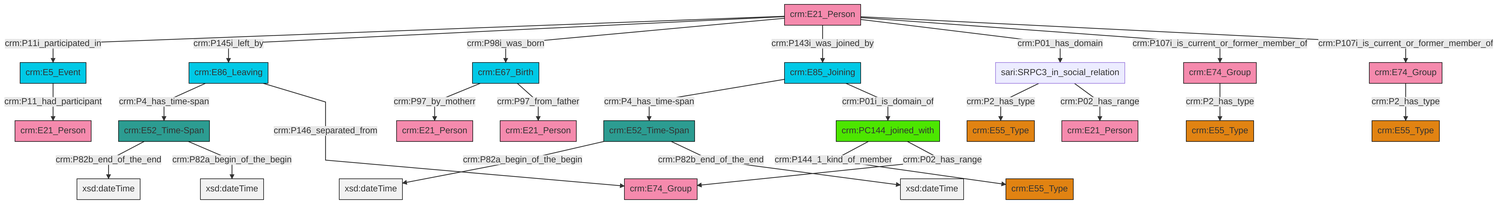
Before: et/personCSV/ttl/mmd/png/Person_Actor_Relations.png, a diagram exported from Mermaid (swiss-art-research-net/reference-data-models). Its source is kept beside it as et/personCSV/ttl/mmd/Person_Actor_Relations.ttl.mmd.
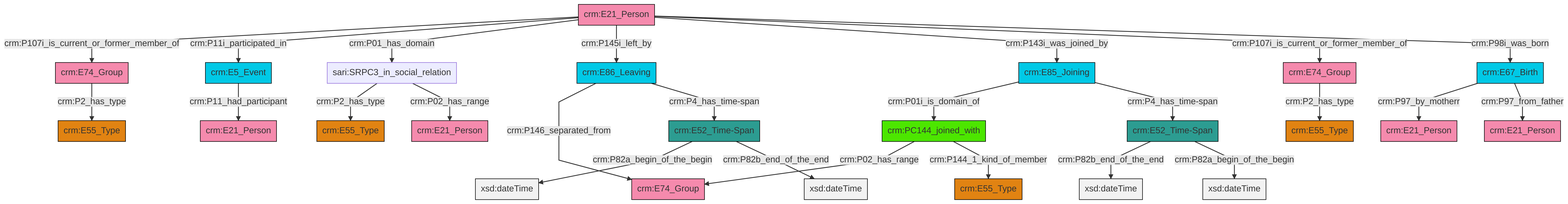
After the commit.

What changed in the source:
```diff
@@ -13,27 +13,27 @@
 classDef PC_Classes fill:#4ce600, stroke:#000000;
 classDef Multi fill:#cccccc,stroke:#000000;
 
-0["crm:E52_Time-Span"]:::Time-Span -->|crm:P82b_end_of_the_end| 1[xsd:dateTime]:::Literal
-2["crm:E5_Event"]:::Temporal_Entity -->|crm:P11_had_participant| 3["crm:E21_Person"]:::Actor
-6["crm:E52_Time-Span"]:::Time-Span -->|crm:P82a_begin_of_the_begin| 7[xsd:dateTime]:::Literal
-11["crm:E21_Person"]:::Actor -->|crm:P11i_participated_in| 2["crm:E5_Event"]:::Temporal_Entity
-12["crm:E86_Leaving"]:::Temporal_Entity -->|crm:P4_has_time-span| 0["crm:E52_Time-Span"]:::Time-Span
-9["crm:PC144_joined_with"]:::PC_Classes -->|crm:P144_1_kind_of_member| 13["crm:E55_Type"]:::Type
-11["crm:E21_Person"]:::Actor -->|crm:P145i_left_by| 12["crm:E86_Leaving"]:::Temporal_Entity
-14["sari:SRPC3_in_social_relation"]:::Default -->|crm:P2_has_type| 15["crm:E55_Type"]:::Type
-11["crm:E21_Person"]:::Actor -->|crm:P98i_was_born| 16["crm:E67_Birth"]:::Temporal_Entity
-19["crm:E85_Joining"]:::Temporal_Entity -->|crm:P4_has_time-span| 6["crm:E52_Time-Span"]:::Time-Span
-0["crm:E52_Time-Span"]:::Time-Span -->|crm:P82a_begin_of_the_begin| 20[xsd:dateTime]:::Literal
-11["crm:E21_Person"]:::Actor -->|crm:P143i_was_joined_by| 19["crm:E85_Joining"]:::Temporal_Entity
-9["crm:PC144_joined_with"]:::PC_Classes -->|crm:P02_has_range| 24["crm:E74_Group"]:::Actor
-6["crm:E52_Time-Span"]:::Time-Span -->|crm:P82b_end_of_the_end| 25[xsd:dateTime]:::Literal
-16["crm:E67_Birth"]:::Temporal_Entity -->|crm:P97_by_motherr| 29["crm:E21_Person"]:::Actor
-11["crm:E21_Person"]:::Actor -->|crm:P01_has_domain| 14["sari:SRPC3_in_social_relation"]:::Default
-17["crm:E74_Group"]:::Actor -->|crm:P2_has_type| 4["crm:E55_Type"]:::Type
-12["crm:E86_Leaving"]:::Temporal_Entity -->|crm:P146_separated_from| 24["crm:E74_Group"]:::Actor
-14["sari:SRPC3_in_social_relation"]:::Default -->|crm:P02_has_range| 22["crm:E21_Person"]:::Actor
-11["crm:E21_Person"]:::Actor -->|crm:P107i_is_current_or_former_member_of| 17["crm:E74_Group"]:::Actor
-19["crm:E85_Joining"]:::Temporal_Entity -->|crm:P01i_is_domain_of| 9["crm:PC144_joined_with"]:::PC_Classes
-11["crm:E21_Person"]:::Actor -->|crm:P107i_is_current_or_former_member_of| 36["crm:E74_Group"]:::Actor
-36["crm:E74_Group"]:::Actor -->|crm:P2_has_type| 27["crm:E55_Type"]:::Type
-16["crm:E67_Birth"]:::Temporal_Entity -->|crm:P97_from_father| 31["crm:E21_Person"]:::Actor
+0["sari:SRPC3_in_social_relation"]:::Default -->|crm:P2_has_type| 1["crm:E55_Type"]:::Type
+6["crm:E67_Birth"]:::Temporal_Entity -->|crm:P97_by_motherr| 2["crm:E21_Person"]:::Actor
+7["crm:E5_Event"]:::Temporal_Entity -->|crm:P11_had_participant| 8["crm:E21_Person"]:::Actor
+4["crm:E74_Group"]:::Actor -->|crm:P2_has_type| 11["crm:E55_Type"]:::Type
+12["crm:E21_Person"]:::Actor -->|crm:P107i_is_current_or_former_member_of| 4["crm:E74_Group"]:::Actor
+16["crm:E52_Time-Span"]:::Time-Span -->|crm:P82a_begin_of_the_begin| 17[xsd:dateTime]:::Literal
+18["crm:E86_Leaving"]:::Temporal_Entity -->|crm:P146_separated_from| 19["crm:E74_Group"]:::Actor
+12["crm:E21_Person"]:::Actor -->|crm:P11i_participated_in| 7["crm:E5_Event"]:::Temporal_Entity
+16["crm:E52_Time-Span"]:::Time-Span -->|crm:P82b_end_of_the_end| 23[xsd:dateTime]:::Literal
+14["crm:E74_Group"]:::Actor -->|crm:P2_has_type| 9["crm:E55_Type"]:::Type
+25["crm:PC144_joined_with"]:::PC_Classes -->|crm:P02_has_range| 19["crm:E74_Group"]:::Actor
+26["crm:E52_Time-Span"]:::Time-Span -->|crm:P82b_end_of_the_end| 32[xsd:dateTime]:::Literal
+12["crm:E21_Person"]:::Actor -->|crm:P01_has_domain| 0["sari:SRPC3_in_social_relation"]:::Default
+6["crm:E67_Birth"]:::Temporal_Entity -->|crm:P97_from_father| 30["crm:E21_Person"]:::Actor
+0["sari:SRPC3_in_social_relation"]:::Default -->|crm:P02_has_range| 33["crm:E21_Person"]:::Actor
+18["crm:E86_Leaving"]:::Temporal_Entity -->|crm:P4_has_time-span| 16["crm:E52_Time-Span"]:::Time-Span
+37["crm:E85_Joining"]:::Temporal_Entity -->|crm:P01i_is_domain_of| 25["crm:PC144_joined_with"]:::PC_Classes
+12["crm:E21_Person"]:::Actor -->|crm:P145i_left_by| 18["crm:E86_Leaving"]:::Temporal_Entity
+12["crm:E21_Person"]:::Actor -->|crm:P143i_was_joined_by| 37["crm:E85_Joining"]:::Temporal_Entity
+12["crm:E21_Person"]:::Actor -->|crm:P107i_is_current_or_former_member_of| 14["crm:E74_Group"]:::Actor
+37["crm:E85_Joining"]:::Temporal_Entity -->|crm:P4_has_time-span| 26["crm:E52_Time-Span"]:::Time-Span
+26["crm:E52_Time-Span"]:::Time-Span -->|crm:P82a_begin_of_the_begin| 46[xsd:dateTime]:::Literal
+12["crm:E21_Person"]:::Actor -->|crm:P98i_was_born| 6["crm:E67_Birth"]:::Temporal_Entity
+25["crm:PC144_joined_with"]:::PC_Classes -->|crm:P144_1_kind_of_member| 21["crm:E55_Type"]:::Type
```
